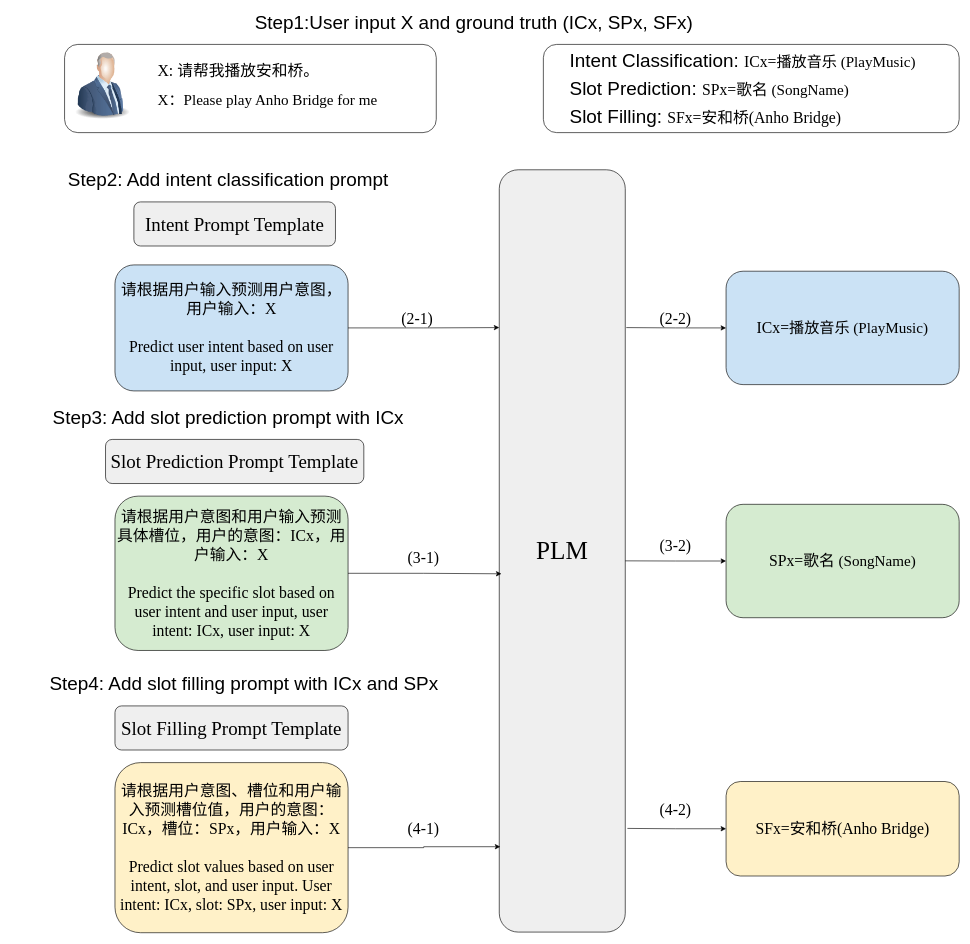
Earlier version of the draw.io diagram chinese_NLU/CpromptNLU.drawio (lengyueit/paper_pic). Source tidied: cells renumbered, new cells numbered last; positions are measured from the earlier drawing's top-left corner, leaving out a move shared by most shapes. Both pictures are drawn from the tidied source at 63%, with x=0, y=0 at pixel (11, 13).
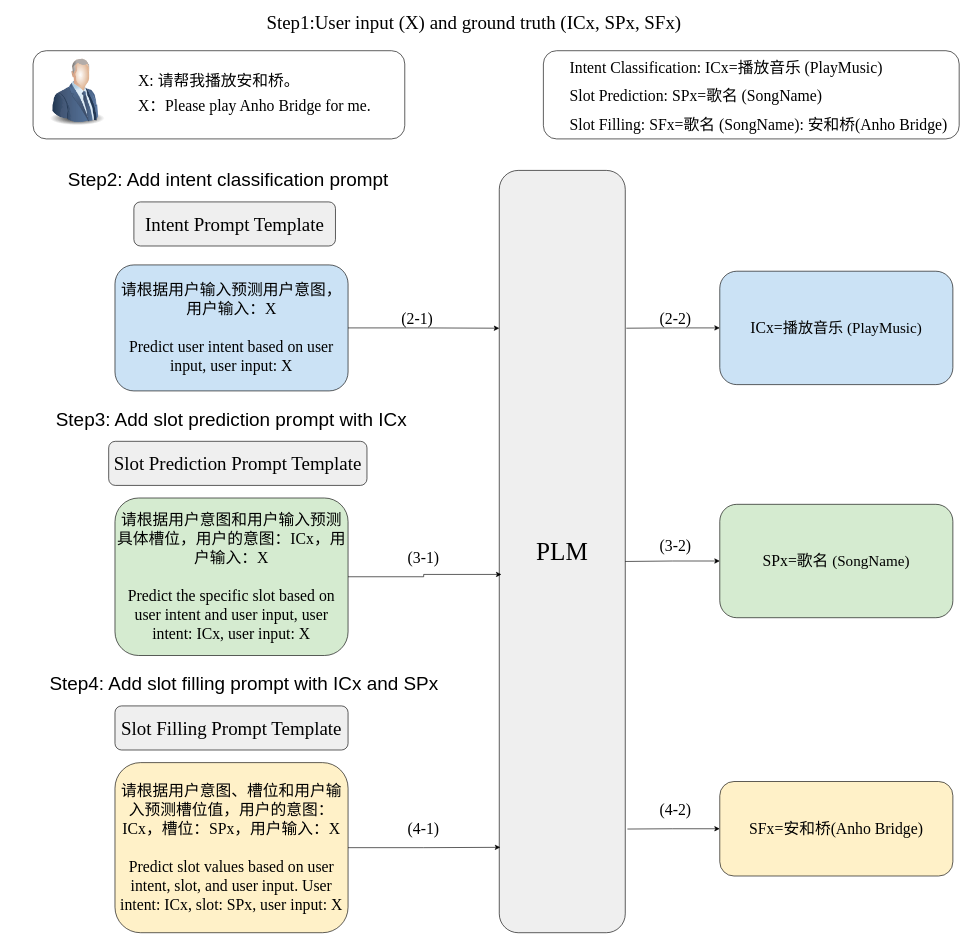
The same page after the edit.

What changed in the source:
```diff
@@
     <mxCell id="5" value="&lt;font style=&quot;font-size: 30px;&quot; face=&quot;Times New Roman&quot;&gt;Slot Prediction Prompt Template&lt;/font&gt;" style="rounded=1;whiteSpace=wrap;html=1;fillColor=light-dark(#efefef, #ededed);" parent="1" vertex="1">
-      <mxGeometry x="150" y="677" width="410" height="70" as="geometry" />
+      <mxGeometry x="155" y="680" width="410" height="70" as="geometry" />
     </mxCell>
@@
     <mxCell id="7" value="&lt;font style=&quot;font-size: 40px;&quot; face=&quot;Times New Roman&quot;&gt;PLM&lt;/font&gt;" style="rounded=1;whiteSpace=wrap;html=1;fillColor=light-dark(#efefef, #ededed);" parent="1" vertex="1">
-      <mxGeometry x="775" y="249" width="200" height="1210" as="geometry" />
+      <mxGeometry x="775" y="250" width="200" height="1210" as="geometry" />
     </mxCell>
     <mxCell id="8" value="&lt;font face=&quot;Times New Roman&quot;&gt;&lt;span style=&quot;font-size: 25px; text-align: left;&quot;&gt;ICx=&lt;/span&gt;&lt;span style=&quot;font-size: 24px; text-align: left;&quot;&gt;播放音乐 (PlayMusic)&lt;/span&gt;&lt;/font&gt;" style="rounded=1;whiteSpace=wrap;html=1;fillColor=light-dark(#cbe2f5, #ededed);" parent="1" vertex="1">
-      <mxGeometry x="1135" y="410" width="370" height="180" as="geometry" />
+      <mxGeometry x="1125" y="410" width="370" height="180" as="geometry" />
     </mxCell>
     <mxCell id="9" value="&lt;span style=&quot;font-family: &amp;quot;Times New Roman&amp;quot;; font-size: 25px; text-align: left;&quot;&gt;请根据用户意图和用户输入预测具体槽位，用户的意图：ICx，用户输入：X&lt;/span&gt;&lt;div&gt;&lt;span style=&quot;text-align: left;&quot;&gt;&lt;font face=&quot;Times New Roman&quot;&gt;&lt;span style=&quot;font-size: 25px;&quot;&gt;&lt;br&gt;&lt;/span&gt;&lt;/font&gt;&lt;/span&gt;&lt;/div&gt;&lt;div&gt;&lt;span style=&quot;text-align: left;&quot;&gt;&lt;font face=&quot;Times New Roman&quot;&gt;&lt;span style=&quot;font-size: 25px;&quot;&gt;Predict the specific slot based on user intent and user input, user intent: ICx, user input: X&lt;/span&gt;&lt;/font&gt;&lt;/span&gt;&lt;/div&gt;" style="rounded=1;whiteSpace=wrap;html=1;fillColor=light-dark(#d5ebd0, #ededed);" parent="1" vertex="1">
-      <mxGeometry x="165" y="767" width="370" height="245" as="geometry" />
+      <mxGeometry x="165" y="770" width="370" height="250" as="geometry" />
     </mxCell>
     <mxCell id="10" value="&lt;font style=&quot;font-size: 30px;&quot;&gt;Step3: Add slot prediction prompt with ICx&lt;/font&gt;" style="text;html=1;align=center;verticalAlign=middle;whiteSpace=wrap;rounded=0;" parent="1" vertex="1">
-      <mxGeometry y="627" width="690" height="30" as="geometry" />
+      <mxGeometry x="5" y="630" width="690" height="30" as="geometry" />
     </mxCell>
@@
     <mxCell id="13" value="&lt;font face=&quot;Times New Roman&quot;&gt;&lt;span style=&quot;font-size: 25px; text-align: left;&quot;&gt;SPx=歌名&lt;/span&gt;&lt;span style=&quot;font-size: 24px; text-align: left;&quot;&gt;&amp;nbsp;(SongName)&lt;/span&gt;&lt;/font&gt;" style="rounded=1;whiteSpace=wrap;html=1;fillColor=light-dark(#d5ebd0, #ededed);" parent="1" vertex="1">
-      <mxGeometry x="1135" y="780" width="370" height="180" as="geometry" />
+      <mxGeometry x="1125" y="780" width="370" height="180" as="geometry" />
     </mxCell>
     <mxCell id="14" value="&lt;span style=&quot;text-align: left;&quot;&gt;&lt;font face=&quot;Times New Roman&quot;&gt;&lt;span style=&quot;font-size: 25px;&quot;&gt;SFx=安和桥(Anho Bridge)&lt;/span&gt;&lt;/font&gt;&lt;/span&gt;" style="rounded=1;whiteSpace=wrap;html=1;fillColor=light-dark(#fff1c8, #ededed);" parent="1" vertex="1">
-      <mxGeometry x="1135" y="1220" width="370" height="150" as="geometry" />
+      <mxGeometry x="1125" y="1220" width="370" height="150" as="geometry" />
     </mxCell>
@@
+    <mxCell id="31" value="&lt;font face=&quot;Times New Roman&quot; style=&quot;font-size: 30px;&quot;&gt;Step1:User input (X) and ground truth (ICx, SPx, SFx)&lt;/font&gt;" style="text;html=1;align=center;verticalAlign=middle;whiteSpace=wrap;rounded=0;" parent="1" vertex="1">
+      <mxGeometry x="295" width="880" height="30" as="geometry" />
+    </mxCell>
+    <mxCell id="36" style="group;" parent="1" vertex="1">
+      <mxGeometry x="35" y="60" width="590" height="140" as="geometry" />
+    </mxCell>
-    <mxCell id="27" style="rounded=1;whiteSpace=wrap;html=1;" parent="1" vertex="1">
-      <mxGeometry x="85" y="50" width="590" height="140" as="geometry" />
+    <mxCell id="27" style="rounded=1;whiteSpace=wrap;html=1;" parent="36" vertex="1">
+      <mxGeometry width="590" height="140" as="geometry" />
     </mxCell>
-    <mxCell id="28" style="image;html=1;image=img/lib/clip_art/people/Suit_Man_Blue_128x128.png;" parent="1" vertex="1">
-      <mxGeometry x="75" y="60" width="140" height="110" as="geometry" />
+    <mxCell id="28" style="image;html=1;image=img/lib/clip_art/people/Suit_Man_Blue_128x128.png;" parent="36" vertex="1">
+      <mxGeometry y="10" width="140" height="110" as="geometry" />
     </mxCell>
-    <mxCell id="29" value="&lt;font face=&quot;Times New Roman&quot; style=&quot;font-size: 25px;&quot;&gt;X: 请帮我播放安和桥。&lt;/font&gt;" style="text;html=1;align=left;verticalAlign=middle;whiteSpace=wrap;rounded=0;fontSize=30;" parent="1" vertex="1">
-      <mxGeometry x="231" y="75" width="381" height="30" as="geometry" />
+    <mxCell id="29" value="&lt;font face=&quot;Times New Roman&quot; style=&quot;font-size: 25px;&quot;&gt;X: 请帮我播放安和桥。&lt;/font&gt;" style="text;html=1;align=left;verticalAlign=middle;whiteSpace=wrap;rounded=0;fontSize=30;" parent="36" vertex="1">
+      <mxGeometry x="165" y="30" width="380" height="30" as="geometry" />
     </mxCell>
-    <mxCell id="30" value="&lt;span style=&quot;&quot;&gt;&lt;font face=&quot;Times New Roman&quot; style=&quot;font-size: 24px;&quot;&gt;X：&lt;/font&gt;&lt;/span&gt;&lt;font face=&quot;Times New Roman&quot;&gt;&lt;span style=&quot;font-size: 24px;&quot;&gt;Please play Anho Bridge for me&lt;/span&gt;&lt;/font&gt;" style="text;html=1;align=left;verticalAlign=middle;whiteSpace=wrap;rounded=0;fontSize=30;" parent="1" vertex="1">
-      <mxGeometry x="231" y="120" width="364" height="30" as="geometry" />
+    <mxCell id="30" value="&lt;font style=&quot;font-size: 25px;&quot; face=&quot;Times New Roman&quot;&gt;&lt;span style=&quot;&quot;&gt;&lt;font style=&quot;&quot;&gt;X：&lt;/font&gt;&lt;/span&gt;Please play Anho Bridge for me.&lt;/font&gt;" style="text;html=1;align=left;verticalAlign=middle;whiteSpace=wrap;rounded=0;fontSize=30;" parent="36" vertex="1">
+      <mxGeometry x="165" y="70" width="395" height="30" as="geometry" />
     </mxCell>
-    <mxCell id="31" value="&lt;font style=&quot;font-size: 30px;&quot;&gt;Step1:User input X and ground truth (ICx, SPx, SFx)&lt;/font&gt;" style="text;html=1;align=center;verticalAlign=middle;whiteSpace=wrap;rounded=0;" parent="1" vertex="1">
-      <mxGeometry x="295" width="880" height="30" as="geometry" />
-    </mxCell>
     <mxCell id="32" style="rounded=1;whiteSpace=wrap;html=1;" parent="1" vertex="1">
-      <mxGeometry x="845" y="50" width="660" height="140" as="geometry" />
+      <mxGeometry x="845" y="60" width="660" height="140" as="geometry" />
     </mxCell>
-    <mxCell id="33" value="&lt;span style=&quot;text-align: center;&quot;&gt;Intent Classification:&amp;nbsp;&lt;/span&gt;&lt;span style=&quot;font-family: &amp;quot;Times New Roman&amp;quot;; font-size: 25px;&quot;&gt;ICx=&lt;/span&gt;&lt;span style=&quot;font-family: &amp;quot;Times New Roman&amp;quot;; font-size: 24px;&quot;&gt;播放音乐 (PlayMusic)&lt;/span&gt;" style="text;html=1;align=left;verticalAlign=middle;whiteSpace=wrap;rounded=0;fontSize=30;" parent="1" vertex="1">
-      <mxGeometry x="885" y="60" width="580" height="30" as="geometry" />
+    <mxCell id="33" value="&lt;font style=&quot;font-size: 25px;&quot; face=&quot;Times New Roman&quot;&gt;&lt;span style=&quot;text-align: center;&quot;&gt;Intent Classification:&amp;nbsp;&lt;/span&gt;ICx=播放音乐 (PlayMusic)&lt;/font&gt;" style="text;html=1;align=left;verticalAlign=middle;whiteSpace=wrap;rounded=0;fontSize=30;" parent="1" vertex="1">
+      <mxGeometry x="885" y="70" width="580" height="30" as="geometry" />
     </mxCell>
-    <mxCell id="34" value="&lt;span style=&quot;text-align: center;&quot;&gt;Slot Prediction:&amp;nbsp;&lt;/span&gt;&lt;span style=&quot;font-family: &amp;quot;Times New Roman&amp;quot;; font-size: 25px;&quot;&gt;SPx=歌名&lt;/span&gt;&lt;span style=&quot;font-family: &amp;quot;Times New Roman&amp;quot;; font-size: 24px;&quot;&gt;&amp;nbsp;(SongName)&lt;/span&gt;" style="text;html=1;align=left;verticalAlign=middle;whiteSpace=wrap;rounded=0;fontSize=30;" parent="1" vertex="1">
-      <mxGeometry x="885" y="105" width="550" height="30" as="geometry" />
+    <mxCell id="34" value="&lt;font style=&quot;font-size: 25px;&quot; face=&quot;Times New Roman&quot;&gt;&lt;span style=&quot;text-align: center;&quot;&gt;Slot Prediction:&amp;nbsp;&lt;/span&gt;SPx=歌名&amp;nbsp;(SongName)&lt;/font&gt;" style="text;html=1;align=left;verticalAlign=middle;whiteSpace=wrap;rounded=0;fontSize=30;" parent="1" vertex="1">
+      <mxGeometry x="885" y="115" width="550" height="30" as="geometry" />
     </mxCell>
-    <mxCell id="35" value="&lt;span style=&quot;text-align: center;&quot;&gt;Slot Filling:&amp;nbsp;&lt;/span&gt;&lt;span style=&quot;font-family: &amp;quot;Times New Roman&amp;quot;; font-size: 25px;&quot;&gt;SFx=安和桥(Anho Bridge)&lt;/span&gt;" style="text;html=1;align=left;verticalAlign=middle;whiteSpace=wrap;rounded=0;fontSize=30;" parent="1" vertex="1">
-      <mxGeometry x="885" y="150" width="510" height="30" as="geometry" />
+    <mxCell id="35" value="&lt;font style=&quot;font-size: 25px;&quot; face=&quot;Times New Roman&quot;&gt;&lt;span style=&quot;text-align: center;&quot;&gt;Slot Filling:&amp;nbsp;&lt;/span&gt;SFx=&lt;/font&gt;&lt;span style=&quot;font-family: &amp;quot;Times New Roman&amp;quot;; font-size: 25px;&quot;&gt;歌名&amp;nbsp;(SongName):&amp;nbsp;&lt;/span&gt;&lt;font style=&quot;font-size: 25px;&quot; face=&quot;Times New Roman&quot;&gt;安和桥(Anho Bridge)&lt;/font&gt;" style="text;html=1;align=left;verticalAlign=middle;whiteSpace=wrap;rounded=0;fontSize=30;" parent="1" vertex="1">
+      <mxGeometry x="885" y="160" width="620" height="30" as="geometry" />
     </mxCell>
```
